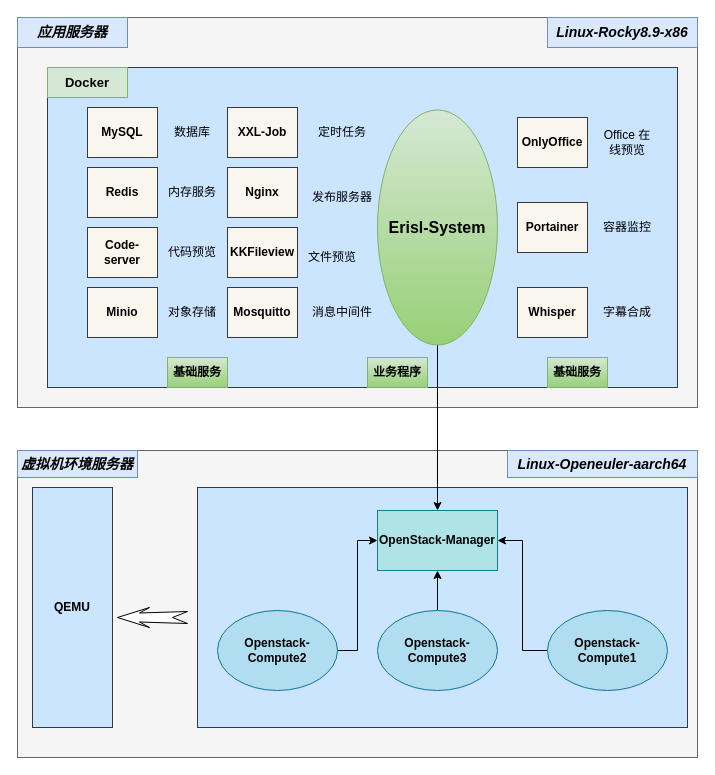
The draw.io diagram 软件库下载.drawio in liz2m/draw.images, before the edit. Source tidied: cells renumbered, new cells numbered last; positions are measured from the earlier drawing's top-left corner, leaving out a move shared by most shapes. Both pictures are drawn from the tidied source at 100%, with x=0, y=0 at pixel (17, 17).
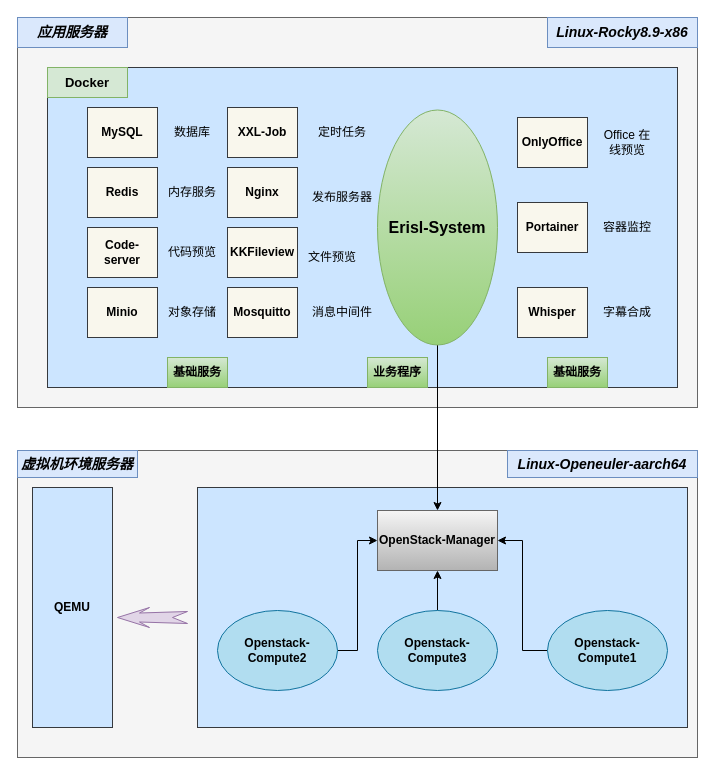
After the change.

Commit message:
更新软件库下载.drawio

Diff of the diagram source:
```diff
@@
-    <mxCell id="10" value="OpenStack-Manager" style="rounded=0;whiteSpace=wrap;html=1;fillColor=#b0e3e6;strokeColor=#0e8088;fontStyle=1;" parent="1" vertex="1">
+    <mxCell id="10" value="OpenStack-Manager" style="rounded=0;whiteSpace=wrap;html=1;fillColor=#f5f5f5;strokeColor=#666666;fontStyle=1;gradientColor=#b3b3b3;" parent="1" vertex="1">
       <mxGeometry x="360" y="493" width="120" height="60" as="geometry" />
     </mxCell>
@@
-    <mxCell id="46" style="html=1;shadow=0;dashed=0;align=center;verticalAlign=middle;shape=mxgraph.arrows2.stylisedArrow;dy=0.55;dx=22;notch=15;feather=0.4;rotation=-180;" parent="1" vertex="1">
+    <mxCell id="46" style="html=1;shadow=0;dashed=0;align=center;verticalAlign=middle;shape=mxgraph.arrows2.stylisedArrow;dy=0.55;dx=22;notch=15;feather=0.4;rotation=-180;fillColor=#e1d5e7;strokeColor=#9673a6;" parent="1" vertex="1">
       <mxGeometry x="100" y="590" width="70" height="20" as="geometry" />
     </mxCell>
```
